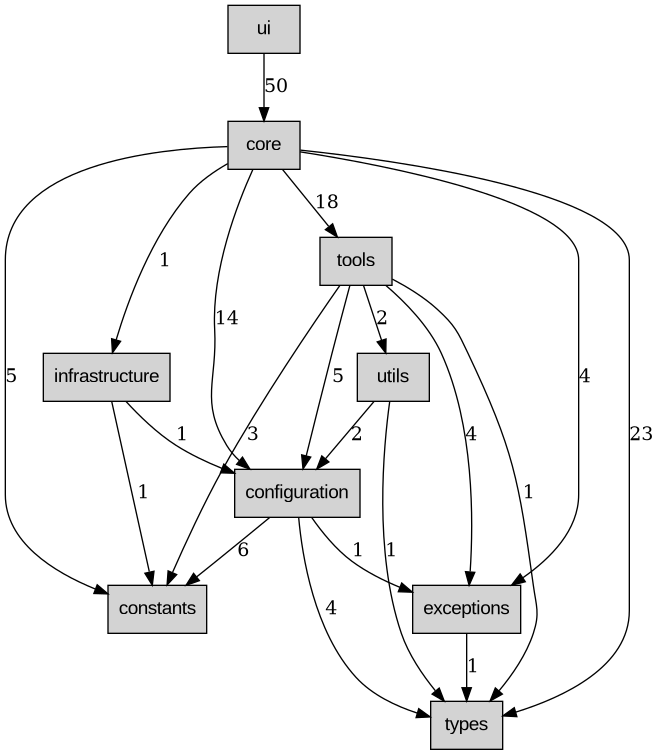
ryumacodes/tunacode keeps this Graphviz diagram as docs/architecture/DEPENDENCY_LAYERS.png. Above is the earlier version. Its source is kept beside it as docs/architecture/DEPENDENCY_LAYERS.dot. Source of this version:
```dot
digraph tunacode_layers {
  rankdir=TB;
  node [shape=box, style=filled, fontname=Arial];

  ui [label="ui"];
  core [label="core"];
  infrastructure [label="infrastructure"];
  tools [label="tools"];
  utils [label="utils"];
  configuration [label="configuration"];
  constants [label="constants"];
  exceptions [label="exceptions"];
  types [label="types"];

  configuration -> constants [label="6"];
  configuration -> exceptions [label="1"];
  configuration -> types [label="4"];
  core -> configuration [label="14"];
  core -> constants [label="5"];
  core -> exceptions [label="4"];
  core -> infrastructure [label="1"];
  core -> tools [label="18"];
  core -> types [label="23"];
  exceptions -> types [label="1"];
  infrastructure -> configuration [label="1"];
  infrastructure -> constants [label="1"];
  tools -> configuration [label="5"];
  tools -> constants [label="3"];
  tools -> exceptions [label="4"];
  tools -> types [label="1"];
  tools -> utils [label="2"];
  ui -> core [label="50"];
  utils -> configuration [label="2"];
  utils -> types [label="1"];
}
```
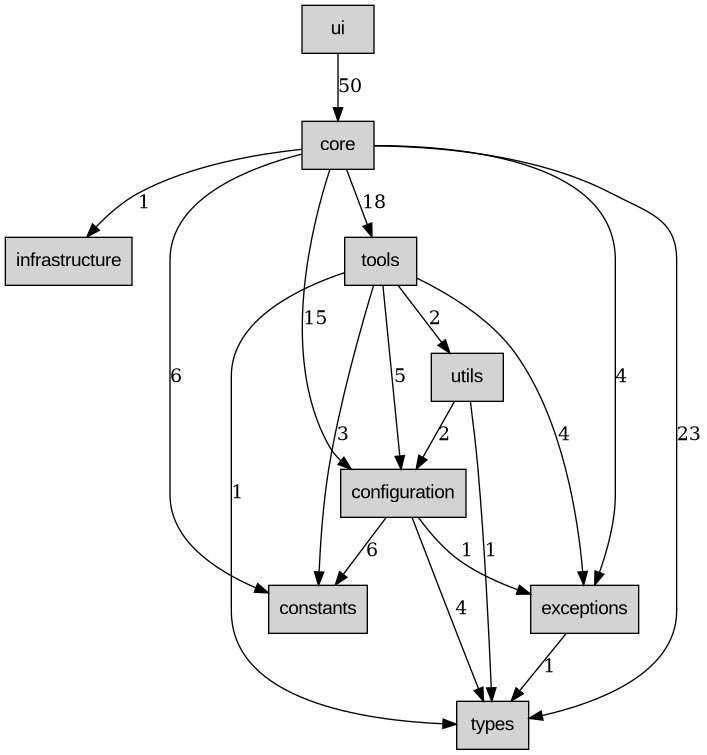
The same file after the commit.

Commit message:
docs: regenerate dependency layers after file_filter refactor

The edit, as a diff of the source:
```diff
@@ -15,15 +15,13 @@
   configuration -> constants [label="6"];
   configuration -> exceptions [label="1"];
   configuration -> types [label="4"];
-  core -> configuration [label="14"];
-  core -> constants [label="5"];
+  core -> configuration [label="15"];
+  core -> constants [label="6"];
   core -> exceptions [label="4"];
   core -> infrastructure [label="1"];
   core -> tools [label="18"];
   core -> types [label="23"];
   exceptions -> types [label="1"];
-  infrastructure -> configuration [label="1"];
-  infrastructure -> constants [label="1"];
   tools -> configuration [label="5"];
   tools -> constants [label="3"];
   tools -> exceptions [label="4"];
```
